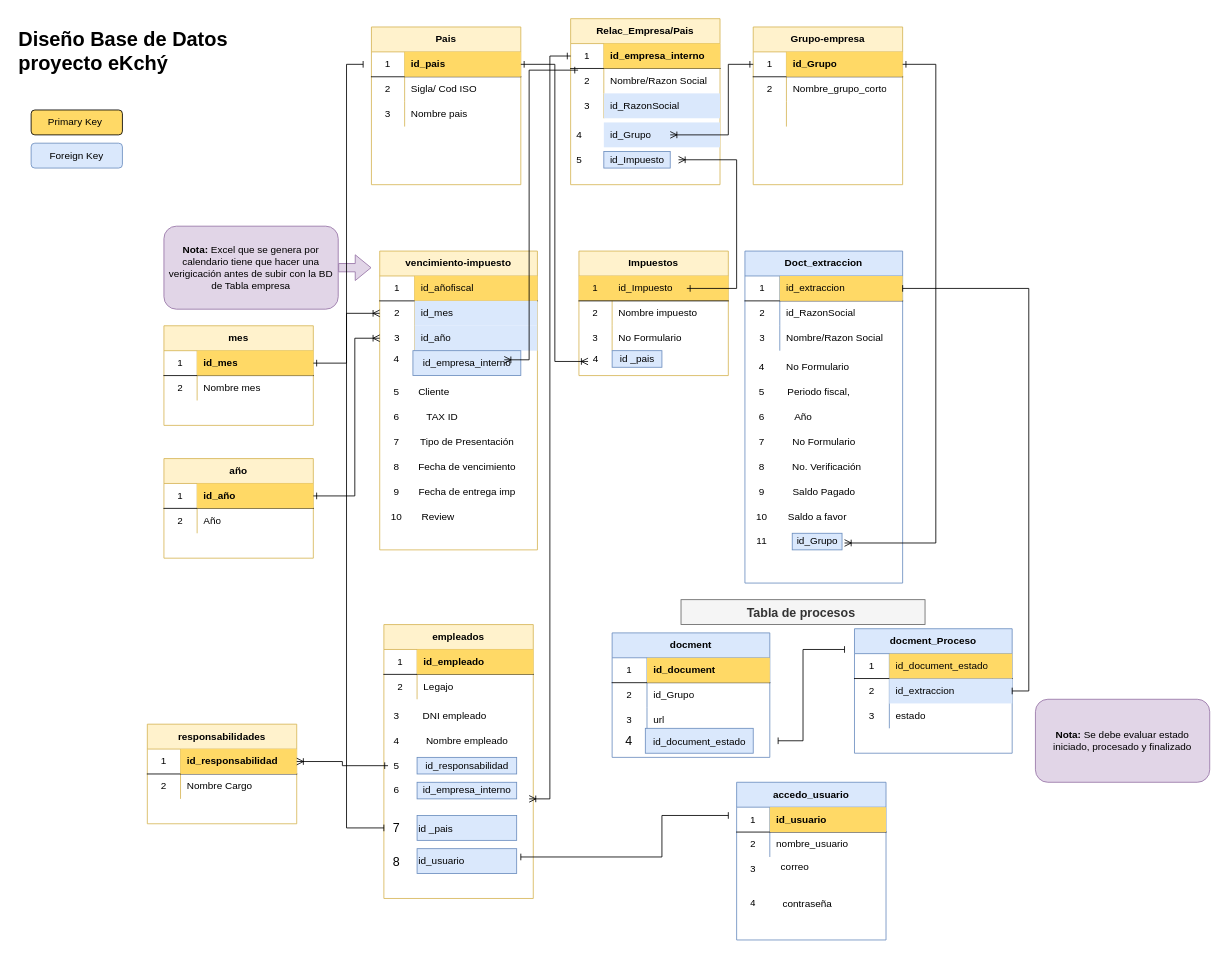
Above: page "Base de Datos" (4 of 4) of docs/eKchýlisma.drawio in JazminPineda/proyecto-final-ekchy (draw.io), before the change. Source tidied: cells renumbered, new cells numbered last; positions are measured from the earlier drawing's top-left corner, leaving out a move shared by most shapes. Both pictures are drawn from the tidied source at 83%, with x=0, y=0 at pixel (14, 18).
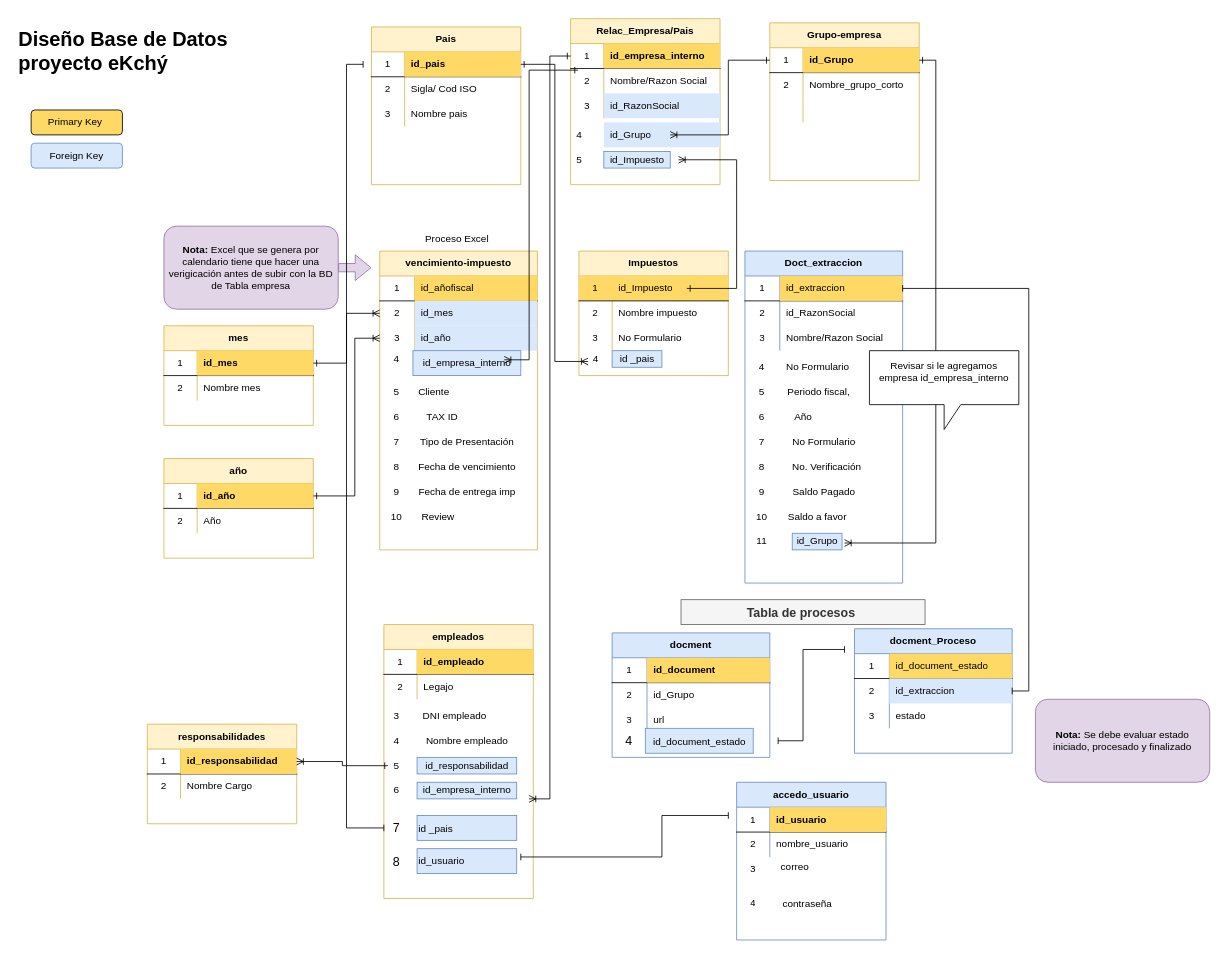
Above is the later version.

Change to the diagram source:
```diff
@@
     <mxCell id="2" value="Grupo-empresa" style="shape=table;html=1;whiteSpace=wrap;startSize=30;childLayout=tableLayout;rowLines=0;fontStyle=1;align=center;fillColor=#fff2cc;strokeColor=#d6b656;" parent="1" vertex="1">
-      <mxGeometry x="890" y="10" width="180" height="190" as="geometry" />
+      <mxGeometry x="910" y="5" width="180" height="190" as="geometry" />
     </mxCell>
@@
+    <mxCell id="193" value="Revisar si le agregamos empresa&amp;nbsp;&lt;span style=&quot;text-align: left;&quot;&gt;id_empresa_interno&lt;br&gt;&lt;br&gt;&lt;/span&gt;" style="shape=callout;whiteSpace=wrap;html=1;perimeter=calloutPerimeter;fontColor=#000000;" parent="1" vertex="1">
+      <mxGeometry x="1030" y="400" width="180" height="95" as="geometry" />
+    </mxCell>
+    <mxCell id="194" value="Proceso Excel&amp;nbsp;" style="text;html=1;strokeColor=none;fillColor=none;align=center;verticalAlign=middle;whiteSpace=wrap;rounded=0;fontColor=#000000;" parent="1" vertex="1">
+      <mxGeometry x="490" y="250" width="90" height="30" as="geometry" />
+    </mxCell>
```
